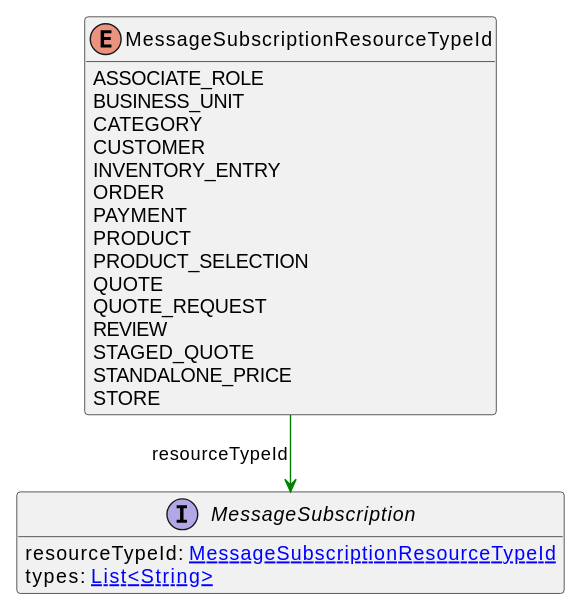
The PlantUML diagram uml/api/svg/MessageSubscriptionResourceTypeId.svg in commercetools/commercetools-api-reference, before a commit.
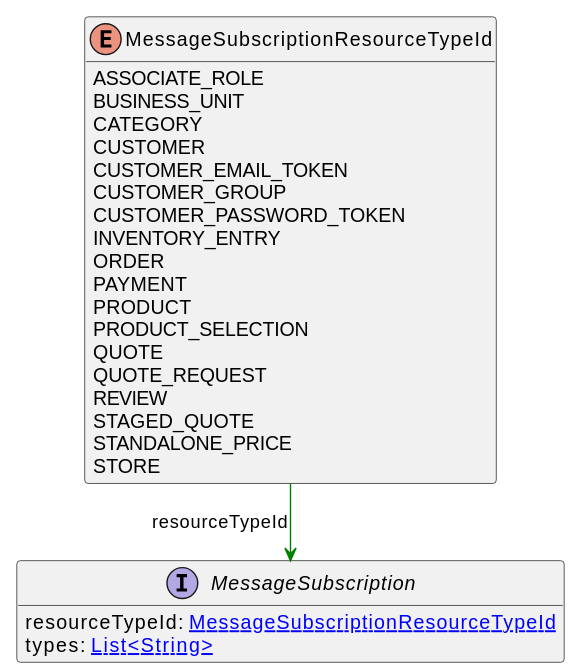
Later version of the same file.

Diff of the diagram source:
```diff
@@ -6,6 +6,9 @@
     BUSINESS_UNIT
     CATEGORY
     CUSTOMER
+    CUSTOMER_EMAIL_TOKEN
+    CUSTOMER_GROUP
+    CUSTOMER_PASSWORD_TOKEN
     INVENTORY_ENTRY
     ORDER
     PAYMENT
```
